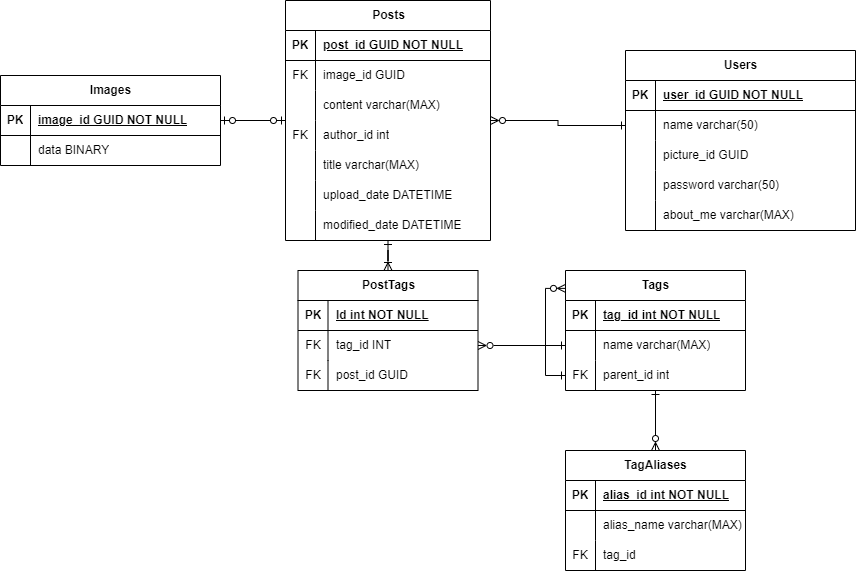
The draw.io diagram erd.png in andero-magi/cadian-archive, before a commit. Source tidied: cells renumbered, new cells last; positions are measured from the earlier drawing's top-left corner, leaving out a move shared by most shapes.
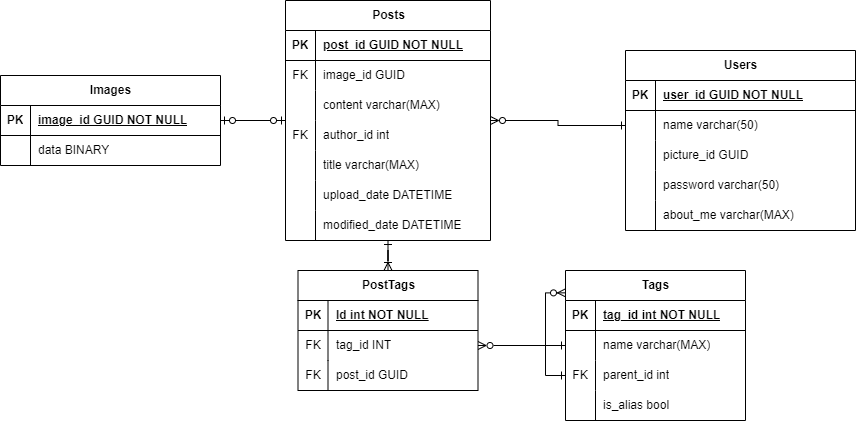
The same diagram one commit later.

Change to the diagram source:
```diff
@@ -102,7 +102,7 @@
       <mxGeometry x="30" width="150" height="30" as="geometry" />
     </mxCell>
     <mxCell id="35" value="Tags" style="shape=table;startSize=30;rowLines=0;fontStyle=1;align=center;html=1;" parent="1" vertex="1">
-      <mxGeometry x="565" y="270" width="180" height="120" as="geometry" />
+      <mxGeometry x="565" y="270" width="180" height="150" as="geometry" />
     </mxCell>
     <mxCell id="36" style="shape=tableRow;horizontal=0;startSize=0;swimlaneHead=0;swimlaneBody=0;fillColor=none;top=0;left=0;right=0;bottom=1;" parent="35" vertex="1">
       <mxGeometry y="30" width="180" height="30" as="geometry" />
@@ -131,6 +131,15 @@
     <mxCell id="44" value="parent_id int" style="shape=partialRectangle;fillColor=none;top=0;left=0;bottom=0;right=0;align=left;spacingLeft=6;overflow=hidden;whiteSpace=wrap;html=1;" parent="42" vertex="1">
       <mxGeometry x="30" width="150" height="30" as="geometry" />
     </mxCell>
+    <mxCell id="83" style="shape=tableRow;horizontal=0;startSize=0;swimlaneHead=0;swimlaneBody=0;fillColor=none;top=0;left=0;right=0;bottom=0;" parent="35" vertex="1">
+      <mxGeometry y="120" width="180" height="30" as="geometry" />
+    </mxCell>
+    <mxCell id="71" style="shape=partialRectangle;fillColor=none;top=0;left=0;bottom=0;right=0;overflow=hidden;whiteSpace=wrap;html=1;" parent="83" vertex="1">
+      <mxGeometry width="30" height="30" as="geometry" />
+    </mxCell>
+    <mxCell id="84" value="is_alias bool" style="shape=partialRectangle;fillColor=none;top=0;left=0;bottom=0;right=0;align=left;spacingLeft=6;overflow=hidden;whiteSpace=wrap;html=1;" parent="83" vertex="1">
+      <mxGeometry x="30" width="150" height="30" as="geometry" />
+    </mxCell>
     <mxCell id="45" style="edgeStyle=orthogonalEdgeStyle;rounded=0;jettySize=auto;html=1;entryX=0;entryY=0.149;entryDx=0;entryDy=0;entryPerimeter=0;endArrow=ERzeroToMany;endFill=0;startArrow=ERone;startFill=0;" parent="35" edge="1" source="42" target="35">
       <mxGeometry relative="1" as="geometry" />
     </mxCell>
@@ -191,39 +200,6 @@
     <mxCell id="64" style="edgeStyle=orthogonalEdgeStyle;rounded=0;jettySize=auto;html=1;entryX=0;entryY=0.5;entryDx=0;entryDy=0;startArrow=ERzeroToMany;startFill=0;endArrow=ERone;endFill=0;exitX=1;exitY=0.5;exitDx=0;exitDy=0;" parent="1" edge="1" source="29" target="39">
       <mxGeometry relative="1" as="geometry" />
     </mxCell>
-    <mxCell id="65" style="edgeStyle=orthogonalEdgeStyle;rounded=0;jettySize=auto;html=1;startArrow=ERzeroToMany;startFill=0;endArrow=ERone;endFill=0;" parent="1" edge="1" source="66" target="35">
-      <mxGeometry relative="1" as="geometry" />
-    </mxCell>
-    <mxCell id="66" value="TagAliases" style="shape=table;startSize=30;rowLines=0;fontStyle=1;align=center;html=1;" parent="1" vertex="1">
-      <mxGeometry x="565" y="450" width="180" height="120" as="geometry" />
-    </mxCell>
-    <mxCell id="67" style="shape=tableRow;horizontal=0;startSize=0;swimlaneHead=0;swimlaneBody=0;fillColor=none;top=0;left=0;right=0;bottom=1;" parent="66" vertex="1">
-      <mxGeometry y="30" width="180" height="30" as="geometry" />
-    </mxCell>
-    <mxCell id="68" value="PK" style="shape=partialRectangle;fillColor=none;top=0;left=0;bottom=0;right=0;fontStyle=1;overflow=hidden;whiteSpace=wrap;html=1;" parent="67" vertex="1">
-      <mxGeometry width="30" height="30" as="geometry" />
-    </mxCell>
-    <mxCell id="69" value="alias_id int NOT NULL" style="shape=partialRectangle;fillColor=none;top=0;left=0;bottom=0;right=0;align=left;spacingLeft=6;fontStyle=5;overflow=hidden;whiteSpace=wrap;html=1;" parent="67" vertex="1">
-      <mxGeometry x="30" width="150" height="30" as="geometry" />
-    </mxCell>
-    <mxCell id="70" style="shape=tableRow;horizontal=0;startSize=0;swimlaneHead=0;swimlaneBody=0;fillColor=none;top=0;left=0;right=0;bottom=0;" parent="66" vertex="1">
-      <mxGeometry y="60" width="180" height="30" as="geometry" />
-    </mxCell>
-    <mxCell id="71" style="shape=partialRectangle;fillColor=none;top=0;left=0;bottom=0;right=0;overflow=hidden;whiteSpace=wrap;html=1;" parent="70" vertex="1">
-      <mxGeometry width="30" height="30" as="geometry" />
-    </mxCell>
-    <mxCell id="72" value="alias_name varchar(MAX)" style="shape=partialRectangle;fillColor=none;top=0;left=0;bottom=0;right=0;align=left;spacingLeft=6;overflow=hidden;whiteSpace=wrap;html=1;" parent="70" vertex="1">
-      <mxGeometry x="30" width="150" height="30" as="geometry" />
-    </mxCell>
-    <mxCell id="73" style="shape=tableRow;horizontal=0;startSize=0;swimlaneHead=0;swimlaneBody=0;fillColor=none;top=0;left=0;right=0;bottom=0;" parent="66" vertex="1">
-      <mxGeometry y="90" width="180" height="30" as="geometry" />
-    </mxCell>
-    <mxCell id="74" value="FK" style="shape=partialRectangle;fillColor=none;top=0;left=0;bottom=0;right=0;overflow=hidden;whiteSpace=wrap;html=1;" parent="73" vertex="1">
-      <mxGeometry width="30" height="30" as="geometry" />
-    </mxCell>
-    <mxCell id="75" value="tag_id&amp;nbsp;" style="shape=partialRectangle;fillColor=none;top=0;left=0;bottom=0;right=0;align=left;spacingLeft=6;overflow=hidden;whiteSpace=wrap;html=1;" parent="73" vertex="1">
-      <mxGeometry x="30" width="150" height="30" as="geometry" />
-    </mxCell>
     <mxCell id="76" value="Images" style="shape=table;startSize=30;rowLines=0;fontStyle=1;align=center;html=1;" parent="1" vertex="1">
       <mxGeometry y="75" width="220" height="90" as="geometry" />
     </mxCell>
```
